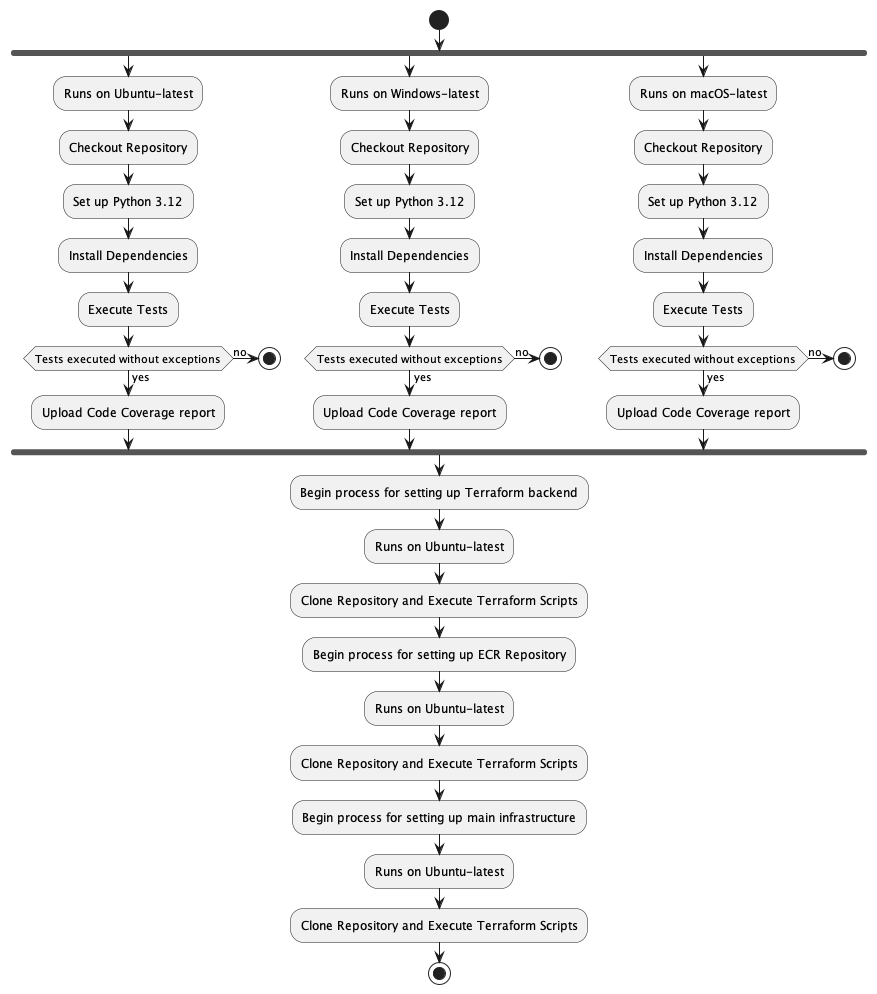
Before: SSG-API-Testing-Application-v2/docs/assets/developer-guide/CICDActivityDiagram.png, a diagram exported from PlantUML (ssg-wsg/Sample-Codes).
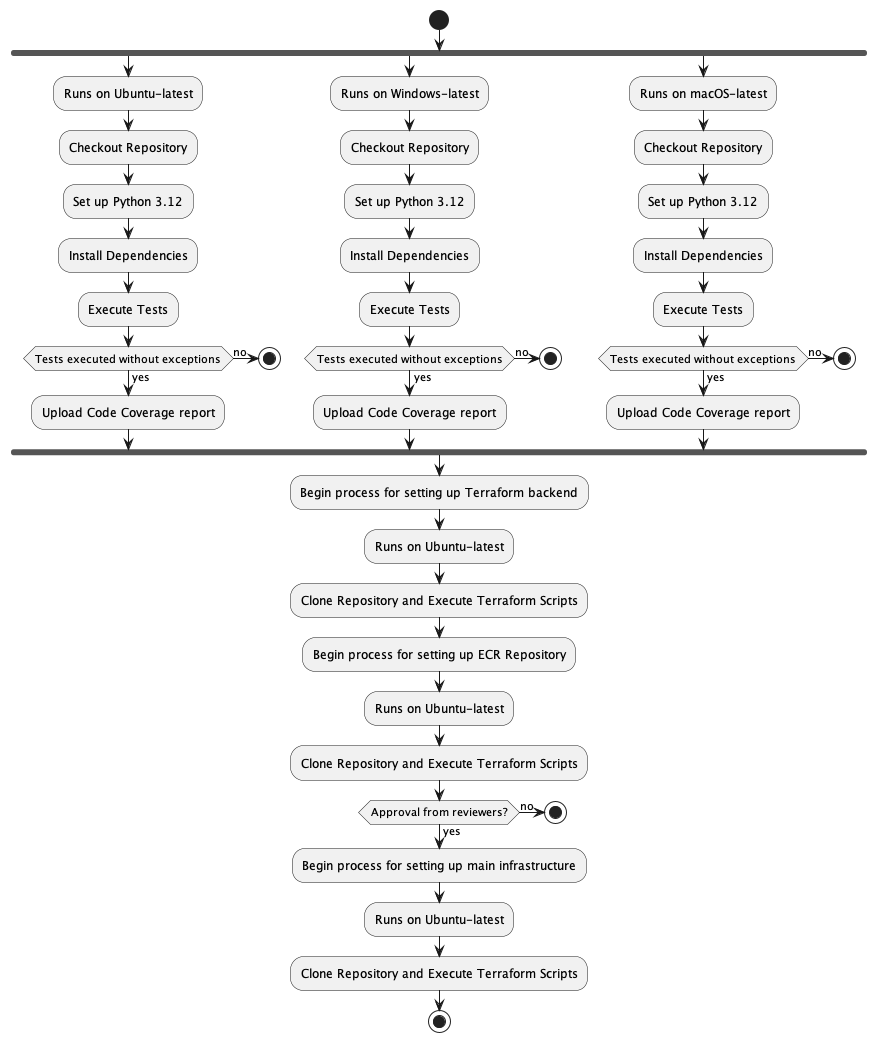
After the commit.

Diff of the diagram source:
```diff
@@ -49,10 +49,12 @@
 :Runs on Ubuntu-latest;
 :Clone Repository and Execute Terraform Scripts;
 
-:Begin process for setting up main infrastructure;
-:Runs on Ubuntu-latest;
-:Clone Repository and Execute Terraform Scripts;
-
-stop
+if (Approval from reviewers?) then (yes)
+    :Begin process for setting up main infrastructure;
+    :Runs on Ubuntu-latest;
+    :Clone Repository and Execute Terraform Scripts;
+    stop
+else (no)
+    stop
 
 @enduml
```
